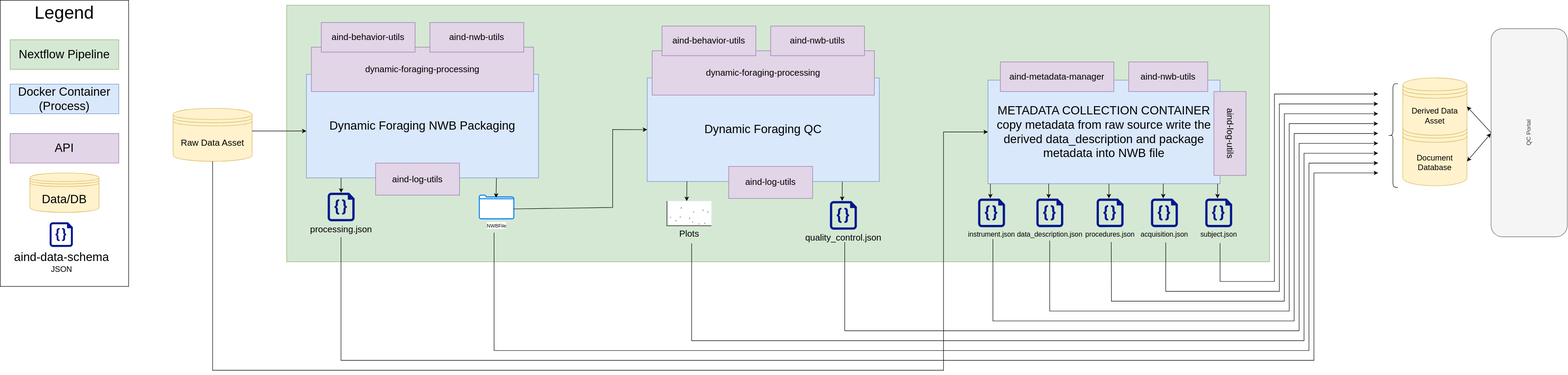
Above: diagrams/dynamic_foraging/mid_level/dynamic-foraging_pipeline.svg in AllenNeuralDynamics/aind-software-docs (draw.io), before the change. Source tidied: cells renumbered, new cells last; positions are measured from the earlier drawing's top-left corner, leaving out a move shared by most shapes.
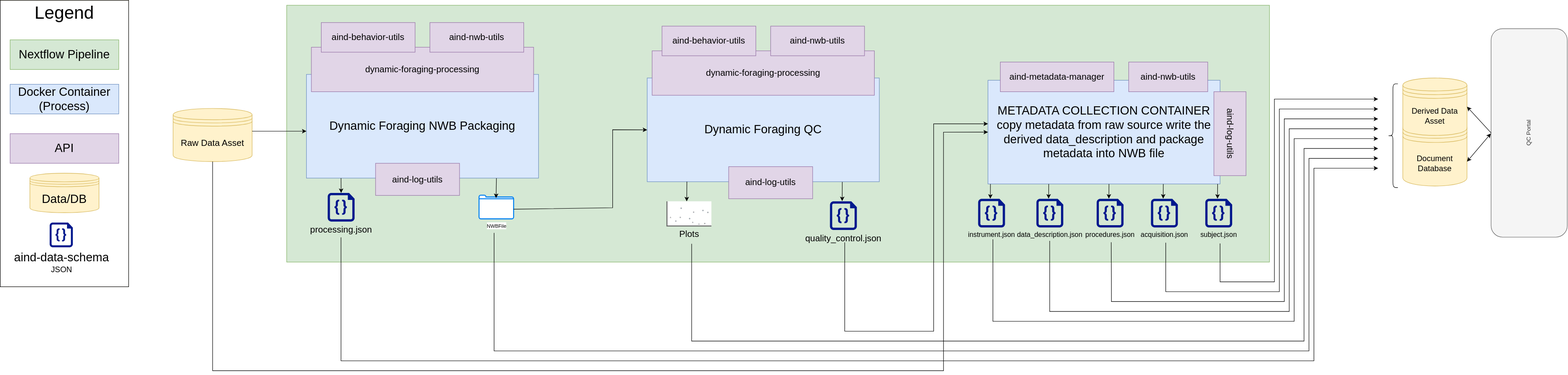
Later version of the same file.

Commit message:
fix: json arrows going to the incorrect location

The edit, as a diff of the source:
```diff
@@ -164,33 +164,33 @@
     <mxCell id="49" style="endArrow=classic;html=1;rounded=0;" parent="1" edge="1">
       <mxGeometry relative="1" as="geometry">
         <mxPoint x="690" y="480" as="sourcePoint" />
-        <mxPoint x="2790" y="350" as="targetPoint" />
+        <mxPoint x="2790" y="340" as="targetPoint" />
         <Array as="points">
           <mxPoint x="690" y="730" />
           <mxPoint x="2660" y="730" />
-          <mxPoint x="2660" y="350" />
+          <mxPoint x="2660" y="340" />
         </Array>
       </mxGeometry>
     </mxCell>
     <mxCell id="50" style="endArrow=classic;html=1;rounded=0;" parent="1" edge="1">
       <mxGeometry relative="1" as="geometry">
         <mxPoint x="1000" y="471" as="sourcePoint" />
-        <mxPoint x="2790" y="330" as="targetPoint" />
+        <mxPoint x="2790" y="320" as="targetPoint" />
         <Array as="points">
           <mxPoint x="1000" y="710" />
           <mxPoint x="2650" y="710" />
-          <mxPoint x="2650" y="330" />
+          <mxPoint x="2650" y="320" />
         </Array>
       </mxGeometry>
     </mxCell>
     <mxCell id="51" style="endArrow=classic;html=1;rounded=0;" parent="1" edge="1">
       <mxGeometry relative="1" as="geometry">
         <mxPoint x="1400" y="492.9" as="sourcePoint" />
-        <mxPoint x="2790" y="310" as="targetPoint" />
+        <mxPoint x="2790" y="300" as="targetPoint" />
         <Array as="points">
           <mxPoint x="1400" y="690" />
           <mxPoint x="2640" y="690" />
-          <mxPoint x="2640" y="310" />
+          <mxPoint x="2640" y="300" />
         </Array>
       </mxGeometry>
     </mxCell>
@@ -220,68 +220,67 @@
     <mxCell id="55" style="shape=curlyBracket;whiteSpace=wrap;html=1;rounded=1;labelPosition=left;verticalLabelPosition=middle;align=right;verticalAlign=middle;" parent="1" vertex="1">
       <mxGeometry x="2810" y="169.1" width="20" height="210" as="geometry" />
     </mxCell>
-    <mxCell id="56" style="endArrow=classic;html=1;rounded=0;" parent="1" edge="1">
+    <mxCell id="56" style="endArrow=classic;html=1;rounded=0;entryX=0;entryY=0.42;entryDx=0;entryDy=0;entryPerimeter=0;" parent="1" edge="1" target="4">
       <mxGeometry relative="1" as="geometry">
         <mxPoint x="1710" y="490.1" as="sourcePoint" />
-        <mxPoint x="2790" y="290" as="targetPoint" />
         <Array as="points">
           <mxPoint x="1710" y="670" />
-          <mxPoint x="2630" y="670" />
-          <mxPoint x="2630" y="290" />
+          <mxPoint x="1890" y="670" />
+          <mxPoint x="1890" y="250" />
         </Array>
       </mxGeometry>
     </mxCell>
     <mxCell id="57" style="endArrow=classic;html=1;rounded=0;" parent="1" edge="1">
       <mxGeometry relative="1" as="geometry">
         <mxPoint x="2010" y="484" as="sourcePoint" />
-        <mxPoint x="2790" y="270" as="targetPoint" />
+        <mxPoint x="2790" y="280" as="targetPoint" />
         <Array as="points">
           <mxPoint x="2010" y="650" />
           <mxPoint x="2620" y="650" />
-          <mxPoint x="2620" y="270" />
+          <mxPoint x="2620" y="280" />
         </Array>
       </mxGeometry>
     </mxCell>
     <mxCell id="58" style="endArrow=classic;html=1;rounded=0;" parent="1" edge="1">
       <mxGeometry relative="1" as="geometry">
         <mxPoint x="2125" y="487.1" as="sourcePoint" />
-        <mxPoint x="2790" y="250" as="targetPoint" />
+        <mxPoint x="2790" y="260" as="targetPoint" />
         <Array as="points">
           <mxPoint x="2125" y="630" />
           <mxPoint x="2610" y="630" />
-          <mxPoint x="2610" y="250" />
+          <mxPoint x="2610" y="260" />
         </Array>
       </mxGeometry>
     </mxCell>
     <mxCell id="59" style="endArrow=classic;html=1;rounded=0;exitX=0.839;exitY=0.923;exitDx=0;exitDy=0;exitPerimeter=0;" parent="1" edge="1" source="2">
       <mxGeometry relative="1" as="geometry">
-        <mxPoint x="2790" y="230" as="targetPoint" />
+        <mxPoint x="2790" y="240" as="targetPoint" />
         <Array as="points">
           <mxPoint x="2250" y="610" />
           <mxPoint x="2600" y="610" />
-          <mxPoint x="2600" y="230" />
+          <mxPoint x="2600" y="240" />
         </Array>
       </mxGeometry>
     </mxCell>
     <mxCell id="60" style="endArrow=classic;html=1;rounded=0;" parent="1" edge="1">
       <mxGeometry relative="1" as="geometry">
         <mxPoint x="2360" y="490.8" as="sourcePoint" />
-        <mxPoint x="2790" y="210" as="targetPoint" />
+        <mxPoint x="2790" y="220" as="targetPoint" />
         <Array as="points">
           <mxPoint x="2360" y="590" />
           <mxPoint x="2590" y="590" />
-          <mxPoint x="2590" y="210" />
+          <mxPoint x="2590" y="220" />
         </Array>
       </mxGeometry>
     </mxCell>
     <mxCell id="61" style="endArrow=classic;html=1;rounded=0;" parent="1" edge="1">
       <mxGeometry relative="1" as="geometry">
         <mxPoint x="2470" y="492.4" as="sourcePoint" />
-        <mxPoint x="2790" y="190" as="targetPoint" />
+        <mxPoint x="2790" y="200" as="targetPoint" />
         <Array as="points">
           <mxPoint x="2470" y="570" />
           <mxPoint x="2580" y="570" />
-          <mxPoint x="2580" y="190" />
+          <mxPoint x="2580" y="200" />
         </Array>
       </mxGeometry>
     </mxCell>
```
